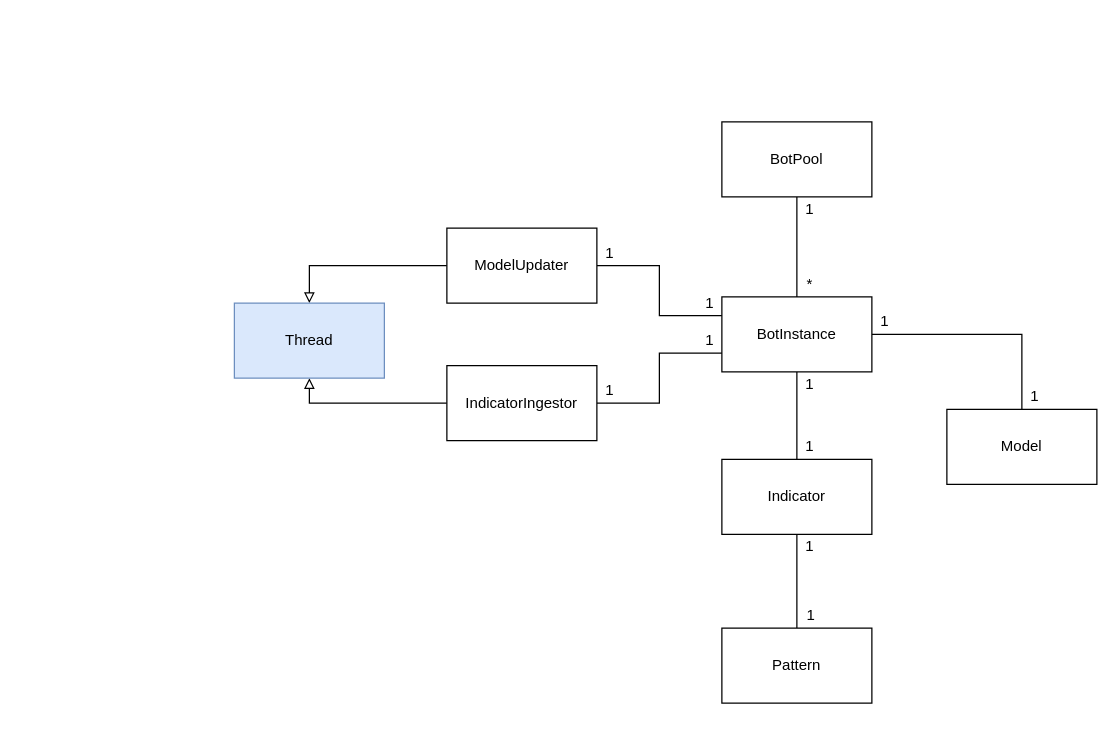
ruiz-salvat/morfeo keeps this draw.io diagram as Docs/BotClassDiagram.drawio. Above is the earlier version. Source tidied: cells renumbered, new cells numbered last; positions are measured from the earlier drawing's top-left corner, leaving out a move shared by most shapes. Both pictures are drawn from the tidied source at 125%, with x=0, y=0 at pixel (234, 121).
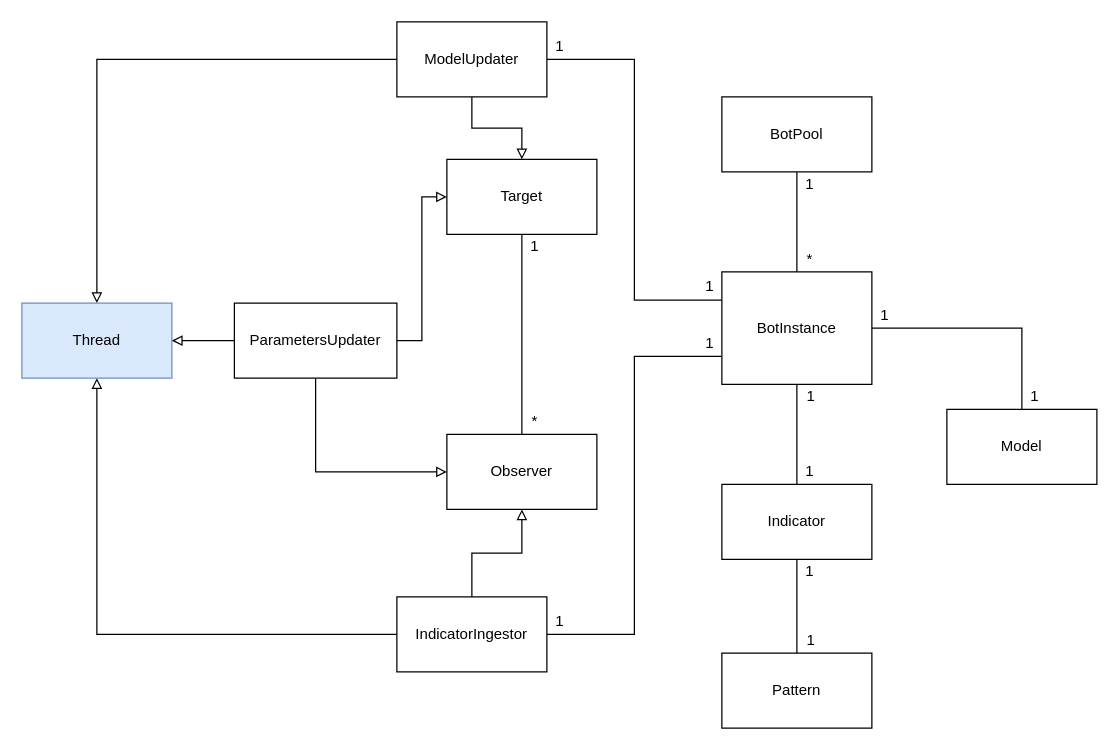
After the change.

What changed in the source:
```diff
@@
     <mxCell id="4" value="BotInstance" style="rounded=0;whiteSpace=wrap;html=1;" parent="1" vertex="1">
-      <mxGeometry x="390" y="140" width="120" height="60" as="geometry" />
+      <mxGeometry x="390" y="120" width="120" height="90" as="geometry" />
     </mxCell>
@@
     <mxCell id="6" value="BotPool" style="rounded=0;whiteSpace=wrap;html=1;" parent="1" vertex="1">
-      <mxGeometry x="390" width="120" height="60" as="geometry" />
+      <mxGeometry x="390" y="-20" width="120" height="60" as="geometry" />
     </mxCell>
     <mxCell id="7" value="1" style="text;html=1;align=center;verticalAlign=middle;" parent="1" vertex="1">
-      <mxGeometry x="450" y="60" width="20" height="20" as="geometry" />
+      <mxGeometry x="450" y="40" width="20" height="20" as="geometry" />
     </mxCell>
     <mxCell id="8" value="*" style="text;html=1;align=center;verticalAlign=middle;" parent="1" vertex="1">
-      <mxGeometry x="450" y="120" width="20" height="20" as="geometry" />
+      <mxGeometry x="450" y="100" width="20" height="20" as="geometry" />
     </mxCell>
@@
     <mxCell id="10" value="Indicator" style="rounded=0;whiteSpace=wrap;html=1;" parent="1" vertex="1">
-      <mxGeometry x="390" y="270" width="120" height="60" as="geometry" />
+      <mxGeometry x="390" y="290" width="120" height="60" as="geometry" />
     </mxCell>
     <mxCell id="11" value="Pattern" style="rounded=0;whiteSpace=wrap;html=1;" parent="1" vertex="1">
-      <mxGeometry x="390" y="405" width="120" height="60" as="geometry" />
+      <mxGeometry x="390" y="425" width="120" height="60" as="geometry" />
     </mxCell>
     <mxCell id="12" value="1" style="text;html=1;align=center;verticalAlign=middle;" parent="1" vertex="1">
-      <mxGeometry x="450" y="250" width="20" height="20" as="geometry" />
+      <mxGeometry x="450" y="270" width="20" height="20" as="geometry" />
     </mxCell>
     <mxCell id="13" value="1" style="text;html=1;align=center;verticalAlign=middle;" parent="1" vertex="1">
-      <mxGeometry x="450" y="200" width="20" height="20" as="geometry" />
+      <mxGeometry x="451" y="210" width="20" height="20" as="geometry" />
     </mxCell>
     <mxCell id="14" value="1" style="text;html=1;align=center;verticalAlign=middle;" parent="1" vertex="1">
-      <mxGeometry x="450" y="330" width="20" height="20" as="geometry" />
+      <mxGeometry x="450" y="350" width="20" height="20" as="geometry" />
     </mxCell>
     <mxCell id="15" value="1" style="text;html=1;align=center;verticalAlign=middle;" parent="1" vertex="1">
-      <mxGeometry x="451" y="385" width="20" height="20" as="geometry" />
+      <mxGeometry x="451" y="405" width="20" height="20" as="geometry" />
     </mxCell>
@@
     <mxCell id="17" value="1" style="text;html=1;align=center;verticalAlign=middle;" parent="1" vertex="1">
-      <mxGeometry x="510" y="150" width="20" height="20" as="geometry" />
+      <mxGeometry x="510" y="145" width="20" height="20" as="geometry" />
     </mxCell>
@@
+    <mxCell id="30" style="edgeStyle=orthogonalEdgeStyle;rounded=0;jettySize=auto;html=1;entryX=0.5;entryY=0;entryDx=0;entryDy=0;endArrow=block;endFill=0;" parent="1" edge="1" source="21" target="33">
+      <mxGeometry relative="1" as="geometry" />
+    </mxCell>
     <mxCell id="21" value="ModelUpdater" style="rounded=0;whiteSpace=wrap;html=1;" parent="1" vertex="1">
-      <mxGeometry x="170" y="85" width="120" height="60" as="geometry" />
+      <mxGeometry x="130" y="-80" width="120" height="60" as="geometry" />
     </mxCell>
@@
+    <mxCell id="31" style="edgeStyle=orthogonalEdgeStyle;rounded=0;jettySize=auto;html=1;entryX=0.5;entryY=1;entryDx=0;entryDy=0;endArrow=block;endFill=0;" parent="1" edge="1" source="24" target="34">
+      <mxGeometry relative="1" as="geometry" />
+    </mxCell>
     <mxCell id="24" value="IndicatorIngestor" style="rounded=0;whiteSpace=wrap;html=1;" parent="1" vertex="1">
-      <mxGeometry x="170" y="195" width="120" height="60" as="geometry" />
+      <mxGeometry x="130" y="380" width="120" height="60" as="geometry" />
     </mxCell>
     <mxCell id="25" value="1" style="text;html=1;align=center;verticalAlign=middle;" parent="1" vertex="1">
-      <mxGeometry x="370" y="135" width="20" height="20" as="geometry" />
+      <mxGeometry x="370" y="122" width="20" height="20" as="geometry" />
     </mxCell>
     <mxCell id="26" value="1" style="text;html=1;align=center;verticalAlign=middle;" parent="1" vertex="1">
-      <mxGeometry x="290" y="95" width="20" height="20" as="geometry" />
+      <mxGeometry x="250" y="-70" width="20" height="20" as="geometry" />
     </mxCell>
     <mxCell id="27" value="1" style="text;html=1;align=center;verticalAlign=middle;" parent="1" vertex="1">
-      <mxGeometry x="290" y="205" width="20" height="20" as="geometry" />
+      <mxGeometry x="250" y="390" width="20" height="20" as="geometry" />
     </mxCell>
     <mxCell id="28" value="1" style="text;html=1;align=center;verticalAlign=middle;" parent="1" vertex="1">
-      <mxGeometry x="370" y="165" width="20" height="20" as="geometry" />
+      <mxGeometry x="370" y="167" width="20" height="20" as="geometry" />
     </mxCell>
     <mxCell id="29" value="Thread" style="rounded=0;whiteSpace=wrap;html=1;fillColor=#dae8fc;strokeColor=#6c8ebf;" parent="1" vertex="1">
-      <mxGeometry y="145" width="120" height="60" as="geometry" />
+      <mxGeometry x="-170" y="145" width="120" height="60" as="geometry" />
     </mxCell>
+    <mxCell id="32" style="edgeStyle=orthogonalEdgeStyle;rounded=0;jettySize=auto;html=1;entryX=0.5;entryY=0;entryDx=0;entryDy=0;endArrow=none;endFill=0;" parent="1" edge="1" source="33" target="34">
+      <mxGeometry relative="1" as="geometry" />
+    </mxCell>
+    <mxCell id="33" value="Target" style="rounded=0;whiteSpace=wrap;html=1;" parent="1" vertex="1">
+      <mxGeometry x="170" y="30" width="120" height="60" as="geometry" />
+    </mxCell>
+    <mxCell id="34" value="Observer" style="rounded=0;whiteSpace=wrap;html=1;" parent="1" vertex="1">
+      <mxGeometry x="170" y="250" width="120" height="60" as="geometry" />
+    </mxCell>
+    <mxCell id="35" value="*" style="text;html=1;align=center;verticalAlign=middle;" parent="1" vertex="1">
+      <mxGeometry x="230" y="230" width="20" height="20" as="geometry" />
+    </mxCell>
+    <mxCell id="36" value="1" style="text;html=1;align=center;verticalAlign=middle;" parent="1" vertex="1">
+      <mxGeometry x="230" y="90" width="20" height="20" as="geometry" />
+    </mxCell>
+    <mxCell id="37" style="edgeStyle=orthogonalEdgeStyle;rounded=0;jettySize=auto;html=1;entryX=1;entryY=0.5;entryDx=0;entryDy=0;endArrow=block;endFill=0;" parent="1" edge="1" source="40" target="29">
+      <mxGeometry relative="1" as="geometry" />
+    </mxCell>
+    <mxCell id="38" style="edgeStyle=orthogonalEdgeStyle;rounded=0;jettySize=auto;html=1;entryX=0;entryY=0.5;entryDx=0;entryDy=0;endArrow=block;endFill=0;" parent="1" edge="1" source="40" target="33">
+      <mxGeometry relative="1" as="geometry" />
+    </mxCell>
+    <mxCell id="39" style="edgeStyle=orthogonalEdgeStyle;rounded=0;jettySize=auto;html=1;entryX=0;entryY=0.5;entryDx=0;entryDy=0;endArrow=block;endFill=0;exitX=0.5;exitY=1;exitDx=0;exitDy=0;" parent="1" edge="1" source="40" target="34">
+      <mxGeometry relative="1" as="geometry" />
+    </mxCell>
+    <mxCell id="40" value="ParametersUpdater" style="rounded=0;whiteSpace=wrap;html=1;" parent="1" vertex="1">
+      <mxGeometry y="145" width="130" height="60" as="geometry" />
+    </mxCell>
```
